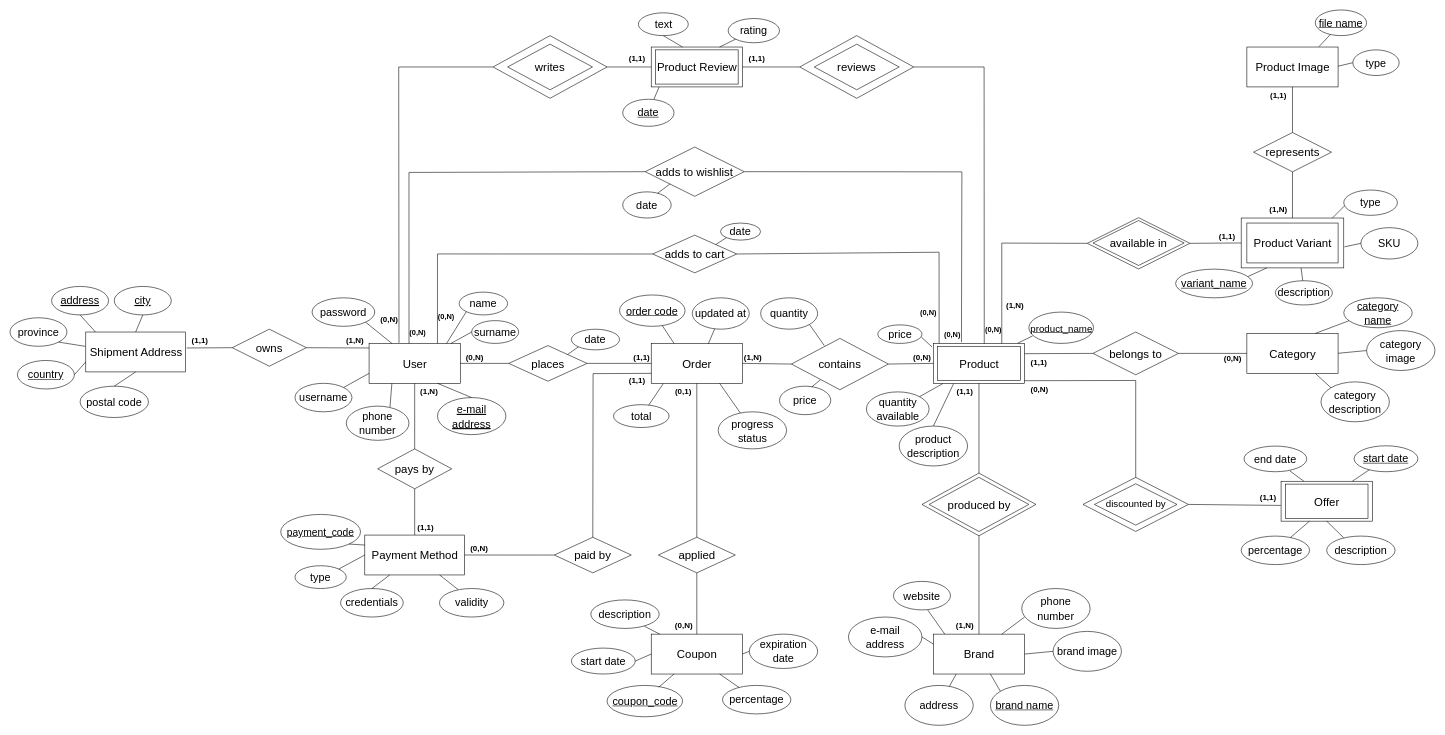
Tecnologie-Del-Web/Project keeps this draw.io diagram as documentation/database/ER.drawio. Above is the earlier version. Source tidied: cells renumbered, new cells numbered last; positions are measured from the earlier drawing's top-left corner, leaving out a move shared by most shapes. Both pictures are drawn from the tidied source at 57%, with x=0, y=0 at pixel (10, 10).
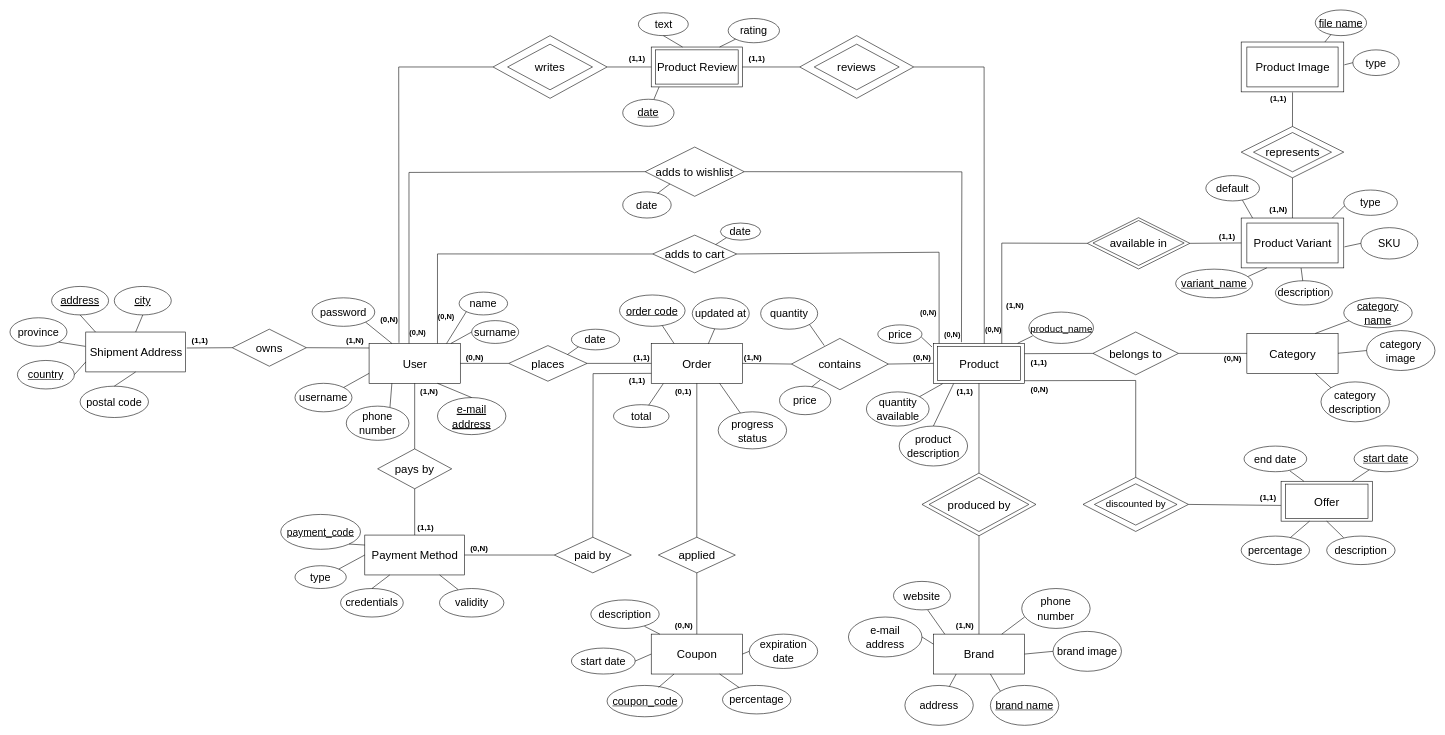
The same diagram, later.

Unchanged cells that the change refers to:
```xml
<mxCell id="138" style="rounded=0;whiteSpace=wrap;html=1;gradientColor=default;fillColor=none;" parent="1" vertex="1">
  <mxGeometry x="2160" y="365" width="180" height="87.5" as="geometry" />
</mxCell>
<mxCell id="181" value="&lt;font style=&quot;font-size: 20px;&quot;&gt;Product Image&lt;/font&gt;" style="html=1;dashed=0;whitespace=wrap;" parent="1" vertex="1">
  <mxGeometry x="2170" y="65" width="160" height="70" as="geometry" />
</mxCell>
<mxCell id="182" value="&lt;font style=&quot;font-size: 20px;&quot;&gt;represents&lt;br&gt;&lt;/font&gt;" style="shape=rhombus;perimeter=rhombusPerimeter;whiteSpace=wrap;html=1;align=center;" parent="1" vertex="1">
  <mxGeometry x="2181.6" y="215" width="136.9" height="68.9" as="geometry" />
</mxCell>
<mxCell id="187" value="&lt;span style=&quot;font-size: 19px;&quot;&gt;type&lt;br&gt;&lt;/span&gt;" style="ellipse;whiteSpace=wrap;html=1;fontSize=20;" parent="1" vertex="1">
  <mxGeometry x="2355.9" y="70" width="81.3" height="45" as="geometry" />
</mxCell>
<mxCell id="189" value="&lt;span style=&quot;font-size: 19px;&quot;&gt;&lt;u&gt;file name&lt;/u&gt;&lt;br&gt;&lt;/span&gt;" style="ellipse;whiteSpace=wrap;html=1;fontSize=20;" parent="1" vertex="1">
  <mxGeometry x="2290" width="90" height="45" as="geometry" />
</mxCell>
```

Diff of the diagram source:
```diff
@@
-    <mxCell id="183" style="endArrow=none;html=1;rounded=0;fontSize=20;entryX=0.5;entryY=0;entryDx=0;entryDy=0;" parent="1" edge="1" source="182" target="138">
+    <mxCell id="183" style="endArrow=none;html=1;rounded=0;fontSize=20;entryX=0.5;entryY=0;entryDx=0;entryDy=0;exitX=0.5;exitY=1;exitDx=0;exitDy=0;" parent="1" edge="1" source="210" target="138">
       <mxGeometry relative="1" as="geometry" />
     </mxCell>
-    <mxCell id="184" style="endArrow=none;html=1;rounded=0;fontSize=20;entryX=0.5;entryY=0;entryDx=0;entryDy=0;exitX=0.5;exitY=1;exitDx=0;exitDy=0;" parent="1" edge="1" source="181" target="182">
+    <mxCell id="184" style="endArrow=none;html=1;rounded=0;fontSize=20;entryX=0.5;entryY=0;entryDx=0;entryDy=0;exitX=1.002;exitY=0.153;exitDx=0;exitDy=0;exitPerimeter=0;" parent="1" edge="1" source="186" target="210">
       <mxGeometry relative="1" as="geometry" />
     </mxCell>
@@
     <mxCell id="186" value="&lt;font style=&quot;font-size: 14px;&quot;&gt;&lt;b&gt;(1,1)&lt;/b&gt;&lt;/font&gt;" style="text;html=1;align=center;verticalAlign=middle;points=[];strokeColor=none;fillColor=none;" parent="1" vertex="1">
-      <mxGeometry x="2200" y="135" width="50" height="30" as="geometry" />
+      <mxGeometry x="2200" y="140" width="50" height="30" as="geometry" />
     </mxCell>
@@
-    <mxCell id="188" style="endArrow=none;html=1;rounded=0;exitX=1.007;exitY=0.578;exitDx=0;exitDy=0;entryX=0;entryY=0.5;entryDx=0;entryDy=0;exitPerimeter=0;" parent="1" edge="1" target="187">
-      <mxGeometry relative="1" as="geometry">
-        <mxPoint x="2330" y="98.7" as="sourcePoint" />
-      </mxGeometry>
+    <mxCell id="188" style="endArrow=none;html=1;rounded=0;exitX=1.006;exitY=0.457;exitDx=0;exitDy=0;entryX=0;entryY=0.5;entryDx=0;entryDy=0;exitPerimeter=0;" parent="1" edge="1" source="211" target="187">
+      <mxGeometry relative="1" as="geometry" />
     </mxCell>
@@
-    <mxCell id="190" style="endArrow=none;html=1;rounded=0;exitX=0.79;exitY=-0.007;exitDx=0;exitDy=0;exitPerimeter=0;" parent="1" edge="1" source="181" target="189">
+    <mxCell id="190" style="endArrow=none;html=1;rounded=0;exitX=0.816;exitY=-0.001;exitDx=0;exitDy=0;exitPerimeter=0;" parent="1" edge="1" source="211" target="189">
       <mxGeometry relative="1" as="geometry" />
     </mxCell>
@@
+    <mxCell id="208" value="&lt;span style=&quot;font-size: 19px;&quot;&gt;default&lt;br&gt;&lt;/span&gt;" style="ellipse;whiteSpace=wrap;html=1;fontSize=20;" parent="1" vertex="1">
+      <mxGeometry x="2098" y="290.6" width="94.1" height="44.4" as="geometry" />
+    </mxCell>
+    <mxCell id="209" style="endArrow=none;html=1;rounded=0;entryX=0.683;entryY=0.974;entryDx=0;entryDy=0;entryPerimeter=0;" parent="1" edge="1" target="208">
+      <mxGeometry relative="1" as="geometry">
+        <mxPoint x="2180" y="365" as="sourcePoint" />
+      </mxGeometry>
+    </mxCell>
+    <mxCell id="210" style="rhombus;whiteSpace=wrap;html=1;fillColor=none;gradientColor=default;" parent="1" vertex="1">
+      <mxGeometry x="2160" y="204.4" width="180" height="90" as="geometry" />
+    </mxCell>
+    <mxCell id="211" style="rounded=0;whiteSpace=wrap;html=1;gradientColor=default;fillColor=none;" parent="1" vertex="1">
+      <mxGeometry x="2160" y="56.2" width="180" height="87.5" as="geometry" />
+    </mxCell>
```
